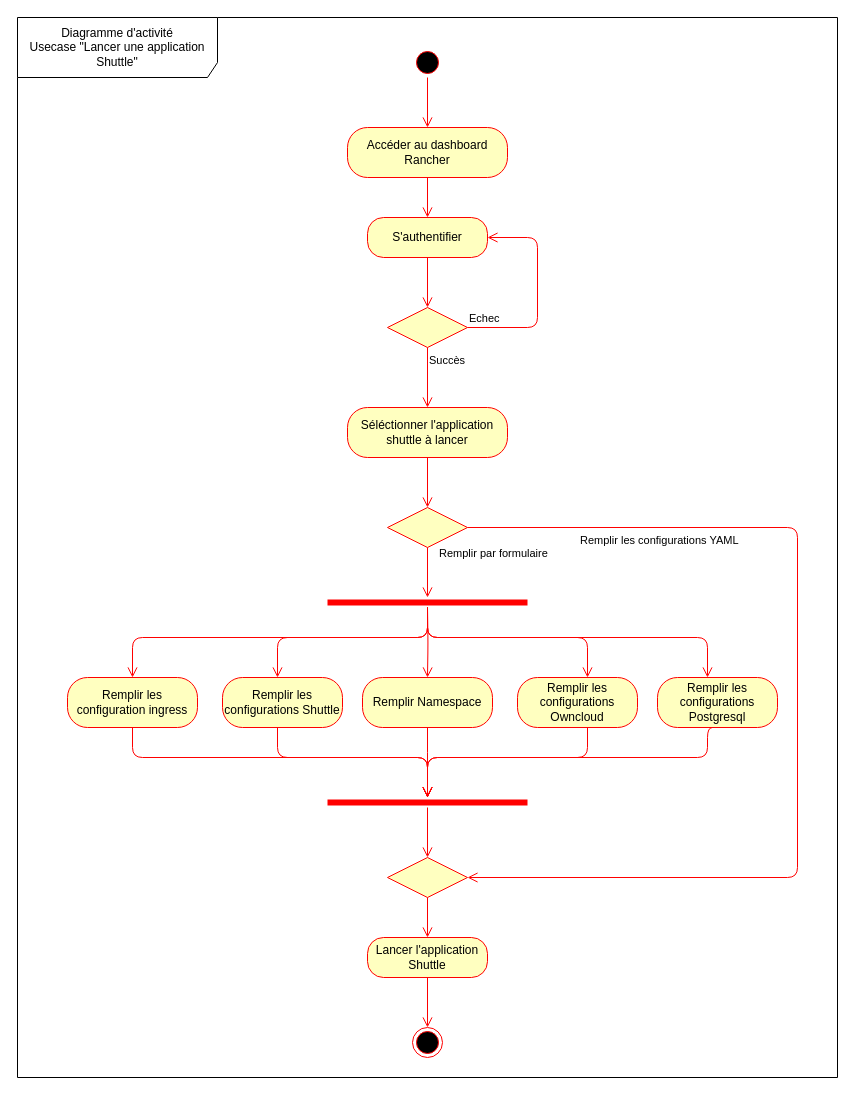
Above: page "diagram_activity_launch_shuttle" (9 of 14) of Untitled Diagram.drawio in Samet-MohamedAmin/rapport_pfe (draw.io), before the change. Source tidied: cells renumbered, new cells numbered last; positions are measured from the earlier drawing's top-left corner, leaving out a move shared by most shapes. Both pictures are drawn from the tidied source at 100%, with x=0, y=0 at pixel (17, 17).
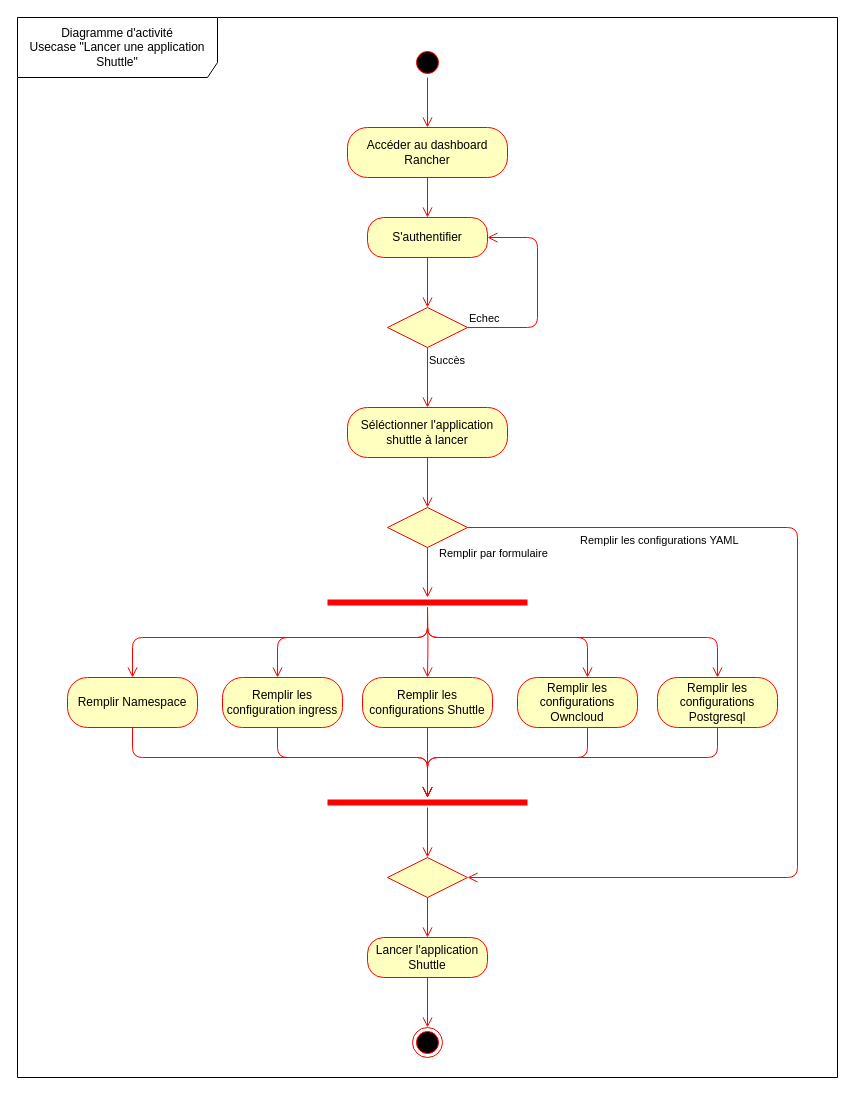
After the change.

Unchanged cells that the change refers to:
```xml
<mxCell id="21" value="Remplir les configurations Postgresql" style="rounded=1;whiteSpace=wrap;html=1;arcSize=40;fontColor=#000000;fillColor=#ffffc0;strokeColor=#ff0000;" parent="1" vertex="1">
  <mxGeometry x="640" y="660" width="120" height="50" as="geometry" />
</mxCell>
```

Change to the diagram source:
```diff
@@
-    <mxCell id="17" value="Remplir les configuration ingress" style="rounded=1;whiteSpace=wrap;html=1;arcSize=40;fontColor=#000000;fillColor=#ffffc0;strokeColor=#ff0000;" parent="1" vertex="1">
+    <mxCell id="17" value="Remplir Namespace" style="rounded=1;whiteSpace=wrap;html=1;arcSize=40;fontColor=#000000;fillColor=#ffffc0;strokeColor=#ff0000;" parent="1" vertex="1">
       <mxGeometry x="50" y="660" width="130" height="50" as="geometry" />
     </mxCell>
-    <mxCell id="18" value="Remplir les configurations Shuttle" style="rounded=1;whiteSpace=wrap;html=1;arcSize=40;fontColor=#000000;fillColor=#ffffc0;strokeColor=#ff0000;" parent="1" vertex="1">
+    <mxCell id="18" value="Remplir les configuration ingress" style="rounded=1;whiteSpace=wrap;html=1;arcSize=40;fontColor=#000000;fillColor=#ffffc0;strokeColor=#ff0000;" parent="1" vertex="1">
       <mxGeometry x="205" y="660" width="120" height="50" as="geometry" />
     </mxCell>
@@
     <mxCell id="23" style="edgeStyle=orthogonalEdgeStyle;html=1;verticalAlign=bottom;endArrow=open;endSize=8;strokeColor=#ff0000;" parent="1" edge="1" target="21">
       <mxGeometry relative="1" as="geometry">
         <mxPoint x="410" y="590" as="sourcePoint" />
         <Array as="points">
           <mxPoint x="410" y="620" />
-          <mxPoint x="690" y="620" />
+          <mxPoint x="700" y="620" />
         </Array>
       </mxGeometry>
     </mxCell>
@@
     <mxCell id="31" style="edgeStyle=orthogonalEdgeStyle;html=1;verticalAlign=bottom;endArrow=open;endSize=8;strokeColor=#ff0000;exitX=0.5;exitY=1;exitDx=0;exitDy=0;" parent="1" edge="1" source="21">
       <mxGeometry relative="1" as="geometry">
         <mxPoint x="410" y="780" as="targetPoint" />
         <Array as="points">
-          <mxPoint x="690" y="710" />
-          <mxPoint x="690" y="740" />
+          <mxPoint x="700" y="740" />
           <mxPoint x="410" y="740" />
         </Array>
       </mxGeometry>
     </mxCell>
@@
-    <mxCell id="37" value="Remplir Namespace" style="rounded=1;whiteSpace=wrap;html=1;arcSize=40;fontColor=#000000;fillColor=#ffffc0;strokeColor=#ff0000;" parent="1" vertex="1">
+    <mxCell id="37" value="Remplir les configurations Shuttle" style="rounded=1;whiteSpace=wrap;html=1;arcSize=40;fontColor=#000000;fillColor=#ffffc0;strokeColor=#ff0000;" parent="1" vertex="1">
       <mxGeometry x="345" y="660" width="130" height="50" as="geometry" />
     </mxCell>
```
